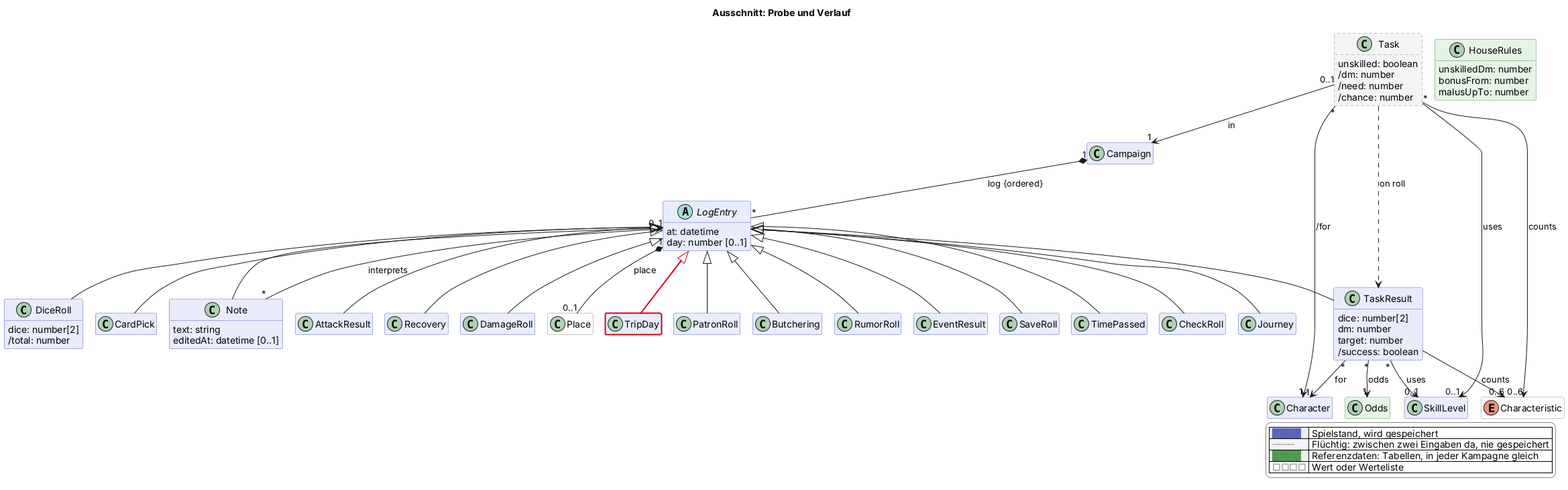
Earlier version of the PlantUML export docs/views/probe.png (scuzzar/SRE).
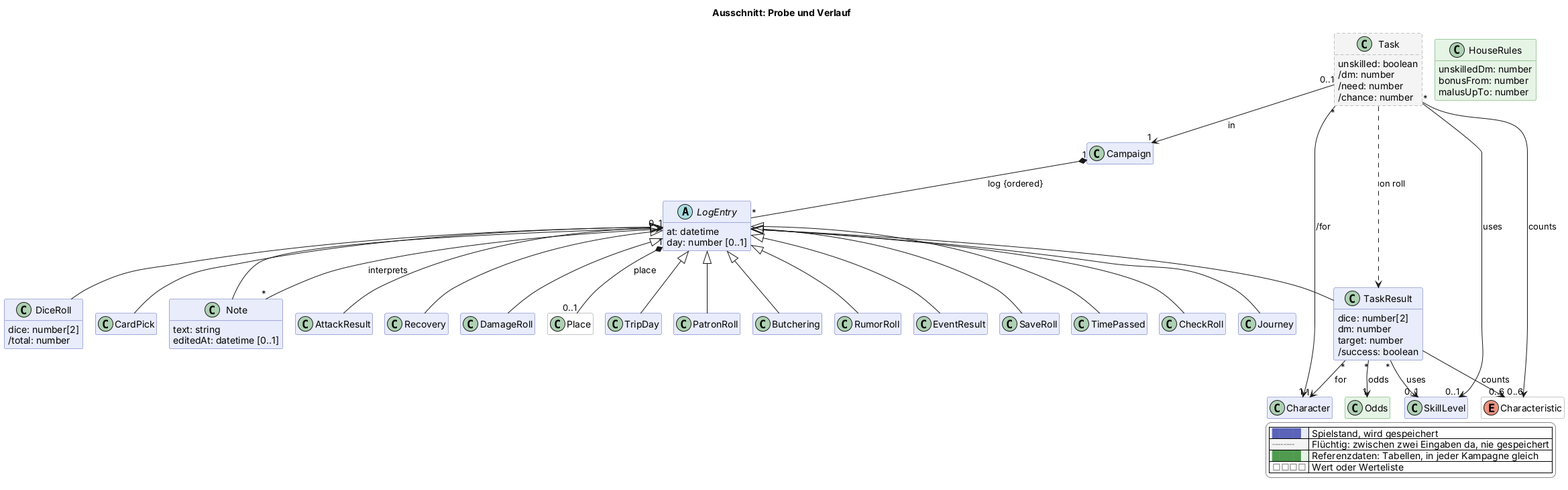
Above is the later version.

What changed in the source:
```diff
@@ -118,7 +118,7 @@
     malusUpTo: number
   }
   class Place <<value>> $oberflaeche
-  class TripDay $logistik $newClass("2026-11-15")
+  class TripDay $logistik
   enum Characteristic <<value>> $charakter
 
 Campaign "1" *-- "*" LogEntry : log {ordered}
@@ -130,7 +130,7 @@
 
 
 LogEntry "1" *-- "0..1" Place : place
-LogEntry <|-$newArrow("2026-11-15")- TripDay
+LogEntry <|-- TripDay
 
 
 
```
